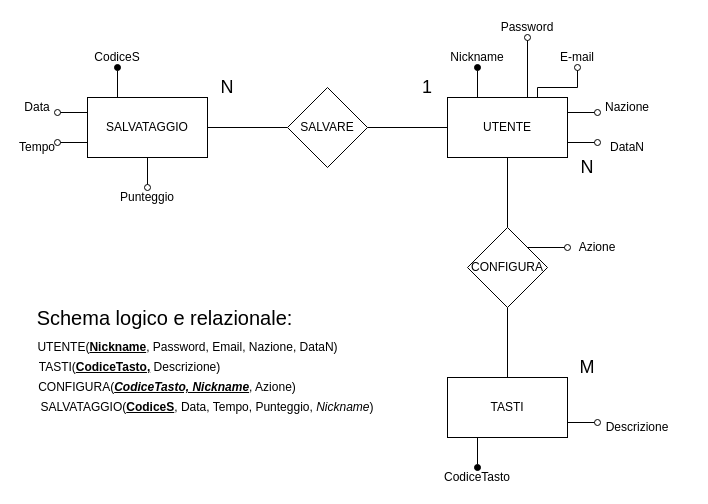
This is database/database.drawio from itisrivoira/ApeOPSArcade, a draw.io file, before an edit. Source tidied: cells renumbered, new cells numbered last; positions are measured from the earlier drawing's top-left corner, leaving out a move shared by most shapes. Both pictures are drawn from the tidied source at 100%, with x=0, y=0 at pixel (17, 17).
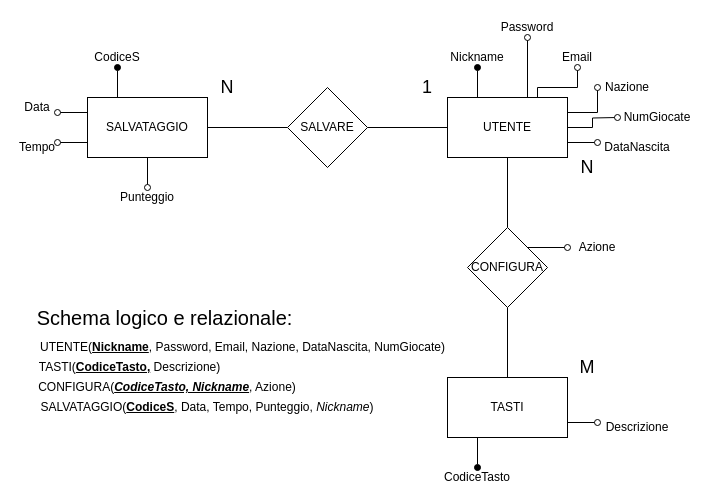
After the change.

Unchanged cells that the change refers to:
```xml
<mxCell id="25" value="UTENTE" style="rounded=0;whiteSpace=wrap;html=1;" parent="1" vertex="1">
  <mxGeometry x="430" y="80" width="120" height="60" as="geometry" />
</mxCell>
```

The edit, as a diff of the source:
```diff
@@
-    <mxCell id="2" value="UTENTE(&lt;b&gt;&lt;u&gt;Nickname&lt;/u&gt;&lt;/b&gt;, Password, Email, Nazione, DataN)" style="text;html=1;align=center;verticalAlign=middle;" parent="1" vertex="1">
-      <mxGeometry x="10" y="320" width="320" height="20" as="geometry" />
+    <mxCell id="2" value="UTENTE(&lt;b&gt;&lt;u&gt;Nickname&lt;/u&gt;&lt;/b&gt;, Password, Email, Nazione, DataNascita, NumGiocate)" style="text;html=1;align=center;verticalAlign=middle;" parent="1" vertex="1">
+      <mxGeometry x="15" y="320" width="420" height="20" as="geometry" />
     </mxCell>
@@
     <mxCell id="21" style="edgeStyle=orthogonalEdgeStyle;rounded=0;jettySize=auto;html=1;exitX=1;exitY=0.25;exitDx=0;exitDy=0;startArrow=none;startFill=0;endArrow=oval;endFill=0;" parent="1" edge="1" source="25">
       <mxGeometry relative="1" as="geometry">
-        <mxPoint x="580" y="95" as="targetPoint" />
+        <mxPoint x="580" y="70" as="targetPoint" />
       </mxGeometry>
     </mxCell>
@@
+    <mxCell id="44" style="edgeStyle=orthogonalEdgeStyle;rounded=0;jettySize=auto;html=1;exitX=1;exitY=0.5;exitDx=0;exitDy=0;endArrow=oval;endFill=0;" parent="1" edge="1" source="25">
+      <mxGeometry relative="1" as="geometry">
+        <mxPoint x="600" y="100" as="targetPoint" />
+      </mxGeometry>
+    </mxCell>
@@
-    <mxCell id="28" value="DataN" style="text;html=1;strokeColor=none;fillColor=none;align=center;verticalAlign=middle;whiteSpace=wrap;rounded=0;" parent="1" vertex="1">
-      <mxGeometry x="590" y="120" width="40" height="20" as="geometry" />
+    <mxCell id="28" value="DataNascita" style="text;html=1;strokeColor=none;fillColor=none;align=center;verticalAlign=middle;whiteSpace=wrap;rounded=0;" parent="1" vertex="1">
+      <mxGeometry x="600" y="120" width="40" height="20" as="geometry" />
     </mxCell>
     <mxCell id="29" value="Nazione" style="text;html=1;strokeColor=none;fillColor=none;align=center;verticalAlign=middle;whiteSpace=wrap;rounded=0;" parent="1" vertex="1">
-      <mxGeometry x="590" y="80" width="40" height="20" as="geometry" />
+      <mxGeometry x="590" y="60" width="40" height="20" as="geometry" />
     </mxCell>
-    <mxCell id="30" value="E-mail" style="text;html=1;strokeColor=none;fillColor=none;align=center;verticalAlign=middle;whiteSpace=wrap;rounded=0;" parent="1" vertex="1">
+    <mxCell id="30" value="Email" style="text;html=1;strokeColor=none;fillColor=none;align=center;verticalAlign=middle;whiteSpace=wrap;rounded=0;" parent="1" vertex="1">
       <mxGeometry x="540" y="30" width="40" height="20" as="geometry" />
     </mxCell>
@@
+    <mxCell id="45" value="NumGiocate" style="text;html=1;strokeColor=none;fillColor=none;align=center;verticalAlign=middle;whiteSpace=wrap;rounded=0;" parent="1" vertex="1">
+      <mxGeometry x="620" y="90" width="40" height="20" as="geometry" />
+    </mxCell>
```
